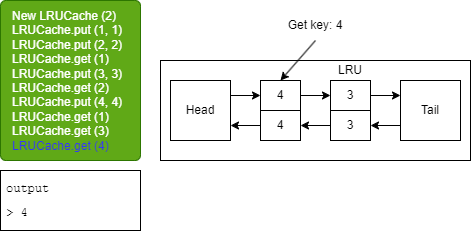
The draw.io diagram Final_Interview/slides/Slide1.png in bert799/CodingInterviews, before a commit. Source tidied: cells renumbered, new cells last; positions are measured from the earlier drawing's top-left corner, leaving out a move shared by most shapes.
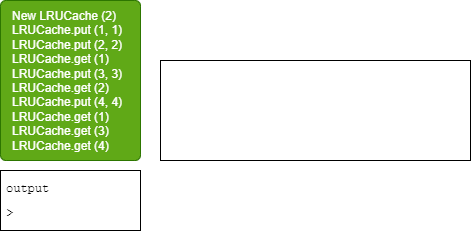
The same file after the commit.

The edit, as a diff of the source:
```diff
@@ -2,59 +2,14 @@
   <root>
     <mxCell id="0" />
     <mxCell id="1" parent="0" />
-    <mxCell id="2" value="&lt;span style=&quot;&quot;&gt;&#9;&lt;/span&gt;New LRUCache (2)&lt;br&gt;&lt;span style=&quot;&quot;&gt;&#9;&lt;/span&gt;LRUCache.put (1, 1)&lt;br&gt;&lt;span style=&quot;&quot;&gt;&#9;&lt;/span&gt;LRUCache.put (2, 2)&lt;br&gt;LRUCache.get (1)&lt;br&gt;LRUCache.put (3, 3)&lt;br&gt;LRUCache.get (2)&lt;br&gt;LRUCache.put (4, 4)&lt;br&gt;LRUCache.get (1)&lt;br&gt;LRUCache.get (3)&lt;br&gt;&lt;font color=&quot;#3333ff&quot;&gt;LRUCache.get (4)&lt;/font&gt;" style="rounded=1;whiteSpace=wrap;html=1;fillColor=#60a917;verticalAlign=top;align=left;arcSize=4;spacingTop=2;spacingLeft=10;spacingBottom=2;fontColor=#ffffff;strokeColor=#2D7600;" parent="1" vertex="1">
+    <mxCell id="2" value="&lt;span style=&quot;&quot;&gt;&#9;&lt;/span&gt;New LRUCache (2)&lt;br&gt;&lt;span style=&quot;&quot;&gt;&#9;&lt;/span&gt;LRUCache.put (1, 1)&lt;br&gt;&lt;span style=&quot;&quot;&gt;&#9;&lt;/span&gt;LRUCache.put (2, 2)&lt;br&gt;LRUCache.get (1)&lt;br&gt;LRUCache.put (3, 3)&lt;br&gt;LRUCache.get (2)&lt;br&gt;LRUCache.put (4, 4)&lt;br&gt;LRUCache.get (1)&lt;br&gt;LRUCache.get (3)&lt;br&gt;LRUCache.get (4)" style="rounded=1;whiteSpace=wrap;html=1;fillColor=#60a917;verticalAlign=top;align=left;arcSize=4;spacingTop=2;spacingLeft=10;spacingBottom=2;fontColor=#ffffff;strokeColor=#2D7600;" parent="1" vertex="1">
       <mxGeometry width="140" height="160" as="geometry" />
     </mxCell>
-    <mxCell id="3" value="&lt;pre style=&quot;line-height: 0%;&quot;&gt;output&lt;/pre&gt;&lt;pre style=&quot;text-align: center; line-height: 0%;&quot;&gt;&lt;br&gt;&lt;/pre&gt;&lt;pre style=&quot;text-align: justify; line-height: 0%;&quot;&gt;&amp;gt; 4&lt;/pre&gt;&lt;pre style=&quot;line-height: 0%;&quot;&gt;&lt;br&gt;&lt;/pre&gt;&lt;pre style=&quot;line-height: 0%;&quot;&gt;&lt;br&gt;&lt;/pre&gt;" style="rounded=0;whiteSpace=wrap;html=1;verticalAlign=top;align=left;spacingLeft=4;" parent="1" vertex="1">
+    <mxCell id="3" value="&lt;pre style=&quot;line-height: 0%;&quot;&gt;&lt;font color=&quot;#000000&quot;&gt;output&lt;/font&gt;&lt;/pre&gt;&lt;pre style=&quot;text-align: center; line-height: 0%;&quot;&gt;&lt;br&gt;&lt;/pre&gt;&lt;pre style=&quot;text-align: justify; line-height: 0%;&quot;&gt;&lt;font color=&quot;#000000&quot;&gt;&amp;gt; &lt;/font&gt;&lt;/pre&gt;" style="rounded=0;whiteSpace=wrap;html=1;verticalAlign=top;align=left;spacingLeft=4;fillColor=none;strokeColor=#000000;" parent="1" vertex="1">
       <mxGeometry y="170" width="140" height="60" as="geometry" />
     </mxCell>
     <mxCell id="4" style="rounded=0;whiteSpace=wrap;html=1;fontSize=12;fillColor=none;strokeColor=#000000;" parent="1" vertex="1">
       <mxGeometry x="160" y="60" width="310" height="100" as="geometry" />
     </mxCell>
-    <mxCell id="5" style="edgeStyle=none;html=1;exitX=1;exitY=0.25;exitDx=0;exitDy=0;entryX=0;entryY=0.5;entryDx=0;entryDy=0;fontSize=12;fontColor=#000000;strokeColor=#000000;" parent="1" edge="1" source="6" target="10">
-      <mxGeometry relative="1" as="geometry" />
-    </mxCell>
-    <mxCell id="6" value="&lt;font color=&quot;#000000&quot;&gt;Head&lt;/font&gt;" style="whiteSpace=wrap;html=1;rounded=0;strokeColor=#000000;fontSize=12;fillColor=none;" parent="1" vertex="1">
-      <mxGeometry x="170" y="80" width="60" height="60" as="geometry" />
-    </mxCell>
-    <mxCell id="7" style="edgeStyle=none;html=1;exitX=0;exitY=0.75;exitDx=0;exitDy=0;entryX=1;entryY=0.5;entryDx=0;entryDy=0;strokeColor=#000000;fontSize=12;fontColor=#000000;" parent="1" edge="1" source="8" target="16">
-      <mxGeometry relative="1" as="geometry" />
-    </mxCell>
-    <mxCell id="8" value="&lt;font color=&quot;#000000&quot;&gt;Tail&lt;/font&gt;" style="whiteSpace=wrap;html=1;rounded=0;strokeColor=#000000;fontSize=12;fillColor=none;" parent="1" vertex="1">
-      <mxGeometry x="400" y="80" width="60" height="60" as="geometry" />
-    </mxCell>
-    <mxCell id="9" style="edgeStyle=none;html=1;exitX=1;exitY=0.5;exitDx=0;exitDy=0;entryX=0;entryY=0.5;entryDx=0;entryDy=0;strokeColor=#000000;fontSize=12;fontColor=#000000;" parent="1" edge="1" source="10" target="12">
-      <mxGeometry relative="1" as="geometry" />
-    </mxCell>
-    <mxCell id="10" value="4" style="rounded=0;whiteSpace=wrap;html=1;strokeColor=#000000;fontSize=12;fontColor=#000000;fillColor=none;" parent="1" vertex="1">
-      <mxGeometry x="260" y="80" width="40" height="30" as="geometry" />
-    </mxCell>
-    <mxCell id="11" style="edgeStyle=none;html=1;exitX=1;exitY=0.5;exitDx=0;exitDy=0;entryX=0;entryY=0.25;entryDx=0;entryDy=0;strokeColor=#000000;fontSize=12;fontColor=#000000;" parent="1" edge="1" source="12" target="8">
-      <mxGeometry relative="1" as="geometry" />
-    </mxCell>
-    <mxCell id="12" value="3" style="rounded=0;whiteSpace=wrap;html=1;strokeColor=#000000;fontSize=12;fontColor=#000000;fillColor=none;" parent="1" vertex="1">
-      <mxGeometry x="330" y="80" width="40" height="30" as="geometry" />
-    </mxCell>
-    <mxCell id="13" style="edgeStyle=none;html=1;exitX=0;exitY=0.5;exitDx=0;exitDy=0;entryX=1;entryY=0.75;entryDx=0;entryDy=0;strokeColor=#000000;fontSize=12;fontColor=#000000;" parent="1" edge="1" source="14" target="6">
-      <mxGeometry relative="1" as="geometry" />
-    </mxCell>
-    <mxCell id="14" value="4" style="rounded=0;whiteSpace=wrap;html=1;strokeColor=#000000;fontSize=12;fontColor=#000000;fillColor=none;" parent="1" vertex="1">
-      <mxGeometry x="260" y="110" width="40" height="30" as="geometry" />
-    </mxCell>
-    <mxCell id="15" style="edgeStyle=none;html=1;exitX=0;exitY=0.5;exitDx=0;exitDy=0;strokeColor=#000000;fontSize=12;fontColor=#000000;" parent="1" edge="1" source="16" target="14">
-      <mxGeometry relative="1" as="geometry" />
-    </mxCell>
-    <mxCell id="16" value="3" style="rounded=0;whiteSpace=wrap;html=1;strokeColor=#000000;fontSize=12;fontColor=#000000;fillColor=none;" parent="1" vertex="1">
-      <mxGeometry x="330" y="110" width="40" height="30" as="geometry" />
-    </mxCell>
-    <mxCell id="17" value="LRU" style="text;html=1;strokeColor=none;fillColor=none;align=center;verticalAlign=middle;whiteSpace=wrap;rounded=0;fontSize=12;fontColor=#000000;" parent="1" vertex="1">
-      <mxGeometry x="325" y="60" width="50" height="20" as="geometry" />
-    </mxCell>
-    <mxCell id="18" style="edgeStyle=none;html=1;exitX=0.5;exitY=1;exitDx=0;exitDy=0;entryX=0.5;entryY=0;entryDx=0;entryDy=0;strokeColor=#000000;fontSize=12;fontColor=#3333FF;" parent="1" edge="1" source="19" target="10">
-      <mxGeometry relative="1" as="geometry" />
-    </mxCell>
-    <mxCell id="19" value="&lt;font color=&quot;#000000&quot;&gt;Get key: 4&lt;/font&gt;" style="text;html=1;strokeColor=none;fillColor=none;align=center;verticalAlign=middle;whiteSpace=wrap;rounded=0;fontSize=12;fontColor=#3333FF;" parent="1" vertex="1">
-      <mxGeometry x="285" y="10" width="60" height="30" as="geometry" />
-    </mxCell>
   </root>
 </mxGraphModel>
```
